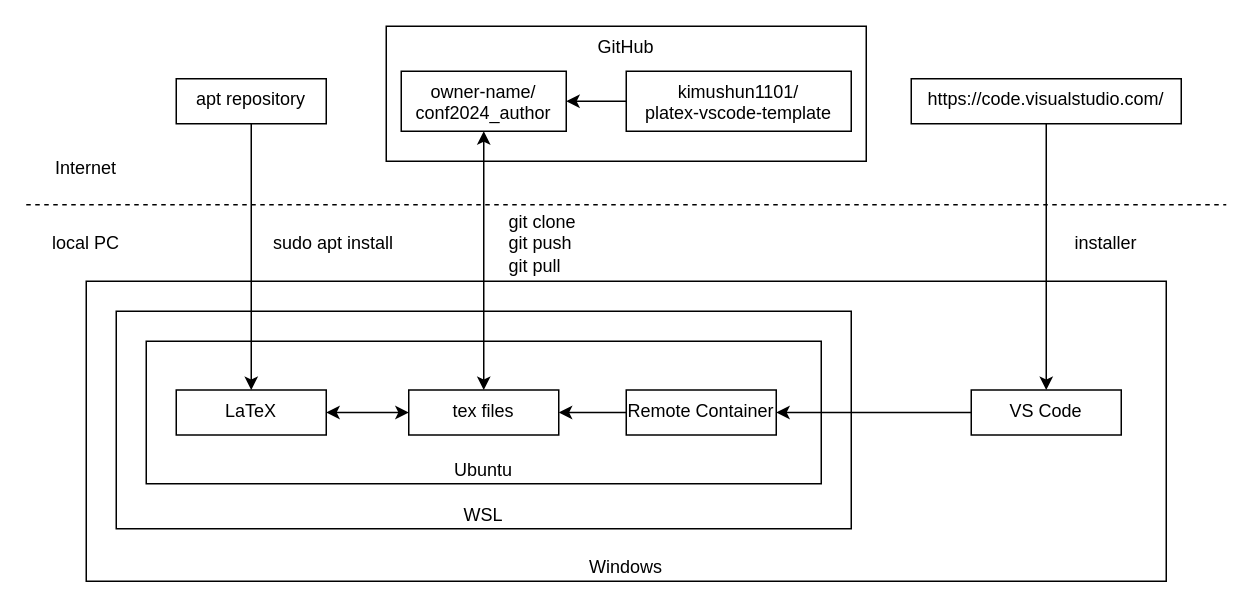
Earlier version of the draw.io diagram fig/structure.drawio (kimushun1101/How-to-use-platex-vscode-template). Source tidied: cells renumbered, new cells numbered last; positions are measured from the earlier drawing's top-left corner, leaving out a move shared by most shapes. Both pictures are drawn from the tidied source at 150%, with x=0, y=0 at pixel (26, 26).
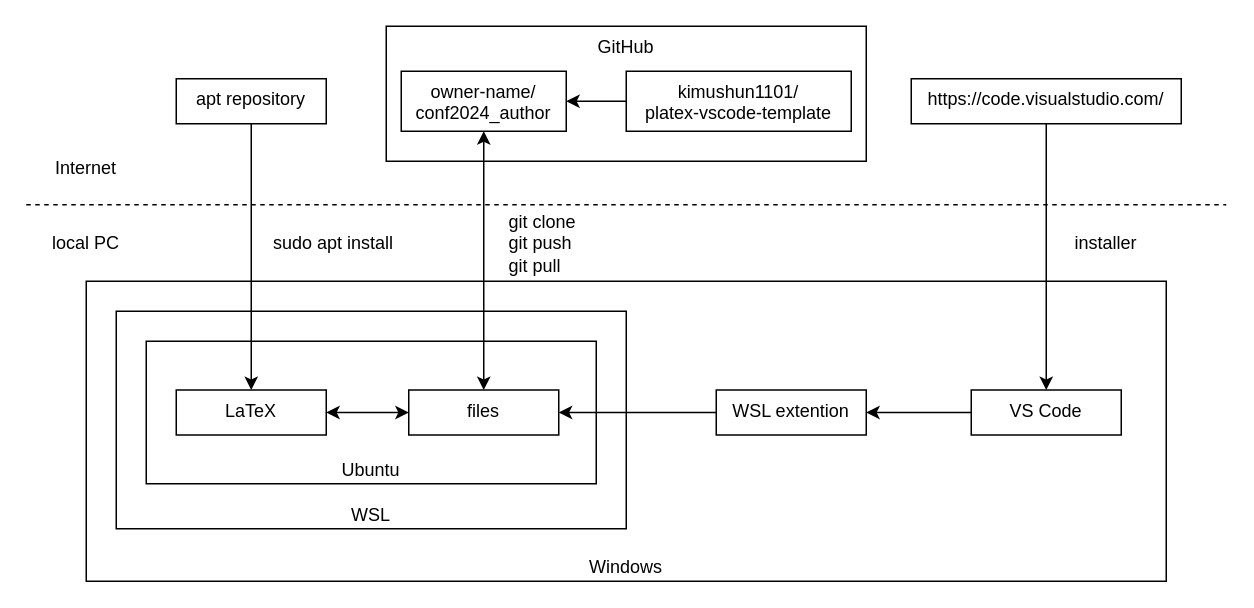
Above is the later version.

The edit, as a diff of the source:
```diff
@@
     <mxCell id="3" value="WSL" style="rounded=0;whiteSpace=wrap;html=1;verticalAlign=bottom;" parent="1" vertex="1">
-      <mxGeometry x="60" y="190" width="490" height="145" as="geometry" />
+      <mxGeometry x="60" y="190" width="340" height="145" as="geometry" />
     </mxCell>
     <mxCell id="4" value="Ubuntu" style="rounded=0;whiteSpace=wrap;html=1;verticalAlign=bottom;" parent="1" vertex="1">
-      <mxGeometry x="80" y="210" width="450" height="95" as="geometry" />
+      <mxGeometry x="80" y="210" width="300" height="95" as="geometry" />
     </mxCell>
@@
-    <mxCell id="6" value="tex files" style="rounded=0;whiteSpace=wrap;html=1;verticalAlign=top;" parent="1" vertex="1">
+    <mxCell id="6" value="files" style="rounded=0;whiteSpace=wrap;html=1;verticalAlign=top;" parent="1" vertex="1">
       <mxGeometry x="255" y="242.5" width="100" height="30" as="geometry" />
     </mxCell>
@@
-    <mxCell id="23" value="Remote Container" style="rounded=0;whiteSpace=wrap;html=1;verticalAlign=top;" parent="1" vertex="1">
-      <mxGeometry x="400" y="242.5" width="100" height="30" as="geometry" />
+    <mxCell id="23" value="WSL extention" style="rounded=0;whiteSpace=wrap;html=1;verticalAlign=top;" parent="1" vertex="1">
+      <mxGeometry x="460" y="242.5" width="100" height="30" as="geometry" />
     </mxCell>
```
